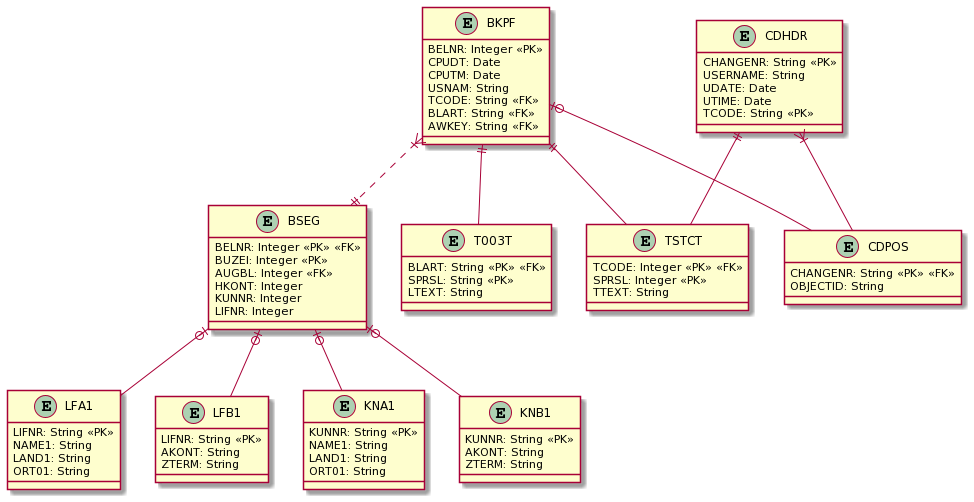
Before: static/bkpf.png, a diagram exported from PlantUML (Javert899/sap-extractor). Source of this version:
```plantuml
@startuml
entity BKPF {
    BELNR: Integer <<PK>>
    CPUDT: Date
    CPUTM: Date
    USNAM: String
    TCODE: String <<FK>>
    BLART: String <<FK>>
    AWKEY: String <<FK>>
}

entity BSEG {
    BELNR: Integer <<PK>> <<FK>>
    BUZEI: Integer <<PK>>
    AUGBL: Integer <<FK>>
    HKONT: Integer
    KUNNR: Integer
    LIFNR: Integer
}

entity TSTCT {
    TCODE: Integer <<PK>> <<FK>>
    SPRSL: Integer <<PK>>
    TTEXT: String
}

entity T003T {
    BLART: String <<PK>> <<FK>>
    SPRSL: String <<PK>>
    LTEXT: String
}

entity LFA1 {
    LIFNR: String <<PK>>
    NAME1: String
    LAND1: String
    ORT01: String
}

entity LFB1 {
    LIFNR: String <<PK>>
    AKONT: String
    ZTERM: String
}

entity KNA1 {
    KUNNR: String <<PK>>
    NAME1: String
    LAND1: String
    ORT01: String
}

entity KNB1 {
    KUNNR: String <<PK>>
    AKONT: String
    ZTERM: String
}

entity CDHDR {
    CHANGENR: String <<PK>>
    USERNAME: String
    UDATE: Date
    UTIME: Date
    TCODE: String <<PK>>
}

entity CDPOS {
    CHANGENR: String <<PK>> <<FK>>
    OBJECTID: String
}

BKPF }|..|| BSEG
BKPF ||-- TSTCT
BKPF ||-- T003T
BSEG |o-- LFA1
BSEG |o-- LFB1
BSEG |o-- KNA1
BSEG |o-- KNB1
CDHDR }|-- CDPOS
CDHDR ||-- TSTCT
BKPF |o-- CDPOS
@enduml
```
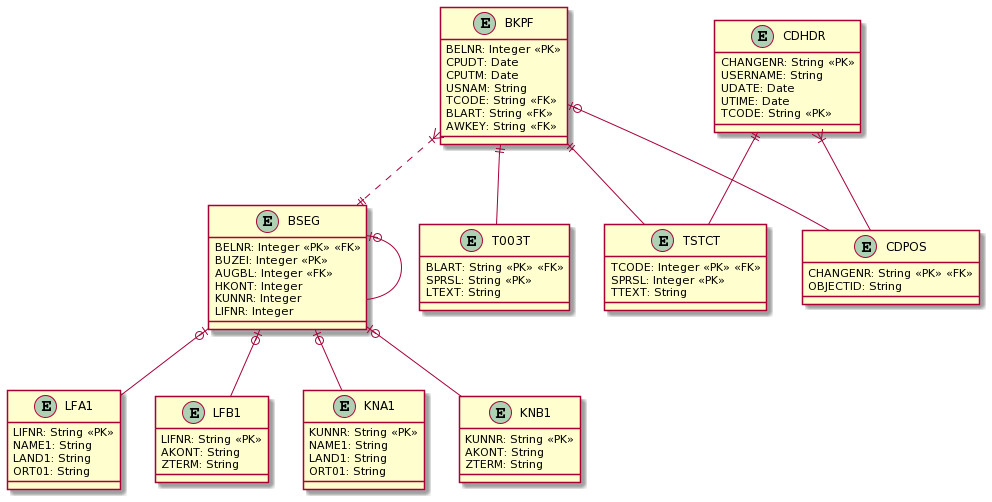
The same file after the commit.

Commit message:
fixed BKPF diagrams

Diff of the diagram source:
```diff
@@ -70,6 +70,7 @@
 }
 
 BKPF }|..|| BSEG
+BSEG |o-- BSEG
 BKPF ||-- TSTCT
 BKPF ||-- T003T
 BSEG |o-- LFA1
```
